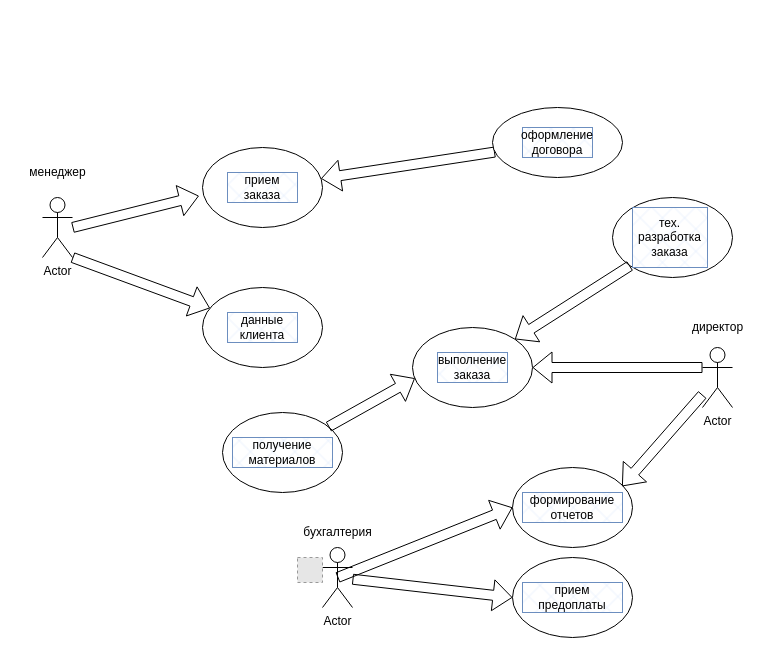
daryarudz/22.09 keeps this draw.io diagram as fiz.drawio. Above is the earlier version. Source tidied: cells renumbered, new cells numbered last; positions are measured from the earlier drawing's top-left corner, leaving out a move shared by most shapes. Both pictures are drawn from the tidied source at 100%, with x=0, y=0 at pixel (17, 107). Pictures stored in the file or linked from it are replaced by grey dashed boxes.
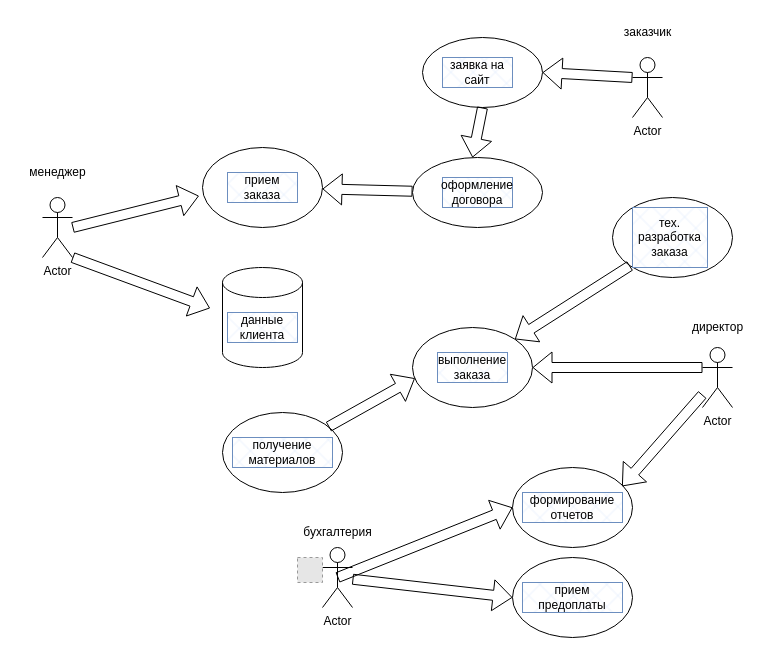
The same page after the edit.

The edit, as a diff of the source:
```diff
@@
+    <mxCell id="35" style="shape=cylinder3;whiteSpace=wrap;html=1;boundedLbl=1;backgroundOutline=1;size=15;" parent="1" vertex="1">
+      <mxGeometry x="205" y="160" width="80" height="100" as="geometry" />
+    </mxCell>
@@
-    <mxCell id="4" style="shape=flexArrow;endArrow=classic;html=1;rounded=0;" parent="1" edge="1" target="5">
-      <mxGeometry relative="1" as="geometry">
-        <mxPoint x="475" y="40" as="sourcePoint" />
-      </mxGeometry>
-    </mxCell>
     <mxCell id="5" style="ellipse;whiteSpace=wrap;html=1;" parent="1" vertex="1">
-      <mxGeometry x="475" width="130" height="70" as="geometry" />
+      <mxGeometry x="395" y="50" width="130" height="70" as="geometry" />
     </mxCell>
@@
-    <mxCell id="8" style="ellipse;whiteSpace=wrap;html=1;" parent="1" vertex="1">
-      <mxGeometry x="185" y="180" width="120" height="80" as="geometry" />
-    </mxCell>
-    <mxCell id="9" style="shape=flexArrow;endArrow=classic;html=1;rounded=0;" parent="1" edge="1" target="8">
+    <mxCell id="9" style="shape=flexArrow;endArrow=classic;html=1;rounded=0;" parent="1" edge="1">
       <mxGeometry relative="1" as="geometry">
         <mxPoint x="55" y="150" as="sourcePoint" />
+        <mxPoint x="192.5" y="200.7" as="targetPoint" />
       </mxGeometry>
     </mxCell>
     <mxCell id="10" value="оформление договора" style="text;strokeColor=#6c8ebf;align=center;fillColor=#dae8fc;html=1;verticalAlign=middle;whiteSpace=wrap;rounded=0;fillStyle=cross-hatch;" parent="1" vertex="1">
-      <mxGeometry x="505" y="20" width="70" height="30" as="geometry" />
+      <mxGeometry x="425" y="70" width="70" height="30" as="geometry" />
     </mxCell>
@@
+    <mxCell id="36" value="Actor" style="shape=umlActor;verticalLabelPosition=bottom;verticalAlign=top;html=1;outlineConnect=0;" parent="1" vertex="1">
+      <mxGeometry x="615" y="-50" width="30" height="60" as="geometry" />
+    </mxCell>
+    <mxCell id="37" value="заказчик" style="text;html=1;align=center;verticalAlign=middle;strokeColor=none;fillColor=none;" parent="1" vertex="1">
+      <mxGeometry x="595" y="-90" width="70" height="30" as="geometry" />
+    </mxCell>
+    <mxCell id="38" style="ellipse;whiteSpace=wrap;html=1;" parent="1" vertex="1">
+      <mxGeometry x="405" y="-70" width="120" height="70" as="geometry" />
+    </mxCell>
+    <mxCell id="39" style="shape=flexArrow;endArrow=classic;html=1;rounded=0;entryX=1;entryY=0.5;entryDx=0;entryDy=0;exitX=0;exitY=0.3333333333333333;exitDx=0;exitDy=0;exitPerimeter=0;" parent="1" edge="1" source="36" target="38">
+      <mxGeometry relative="1" as="geometry" />
+    </mxCell>
+    <mxCell id="40" value="заявка на сайт" style="text;strokeColor=#6c8ebf;align=center;fillColor=#dae8fc;html=1;verticalAlign=middle;whiteSpace=wrap;rounded=0;fillStyle=cross-hatch;" parent="1" vertex="1">
+      <mxGeometry x="425" y="-50" width="70" height="30" as="geometry" />
+    </mxCell>
+    <mxCell id="41" style="shape=flexArrow;endArrow=classic;html=1;rounded=0;exitX=0.5;exitY=1;exitDx=0;exitDy=0;" parent="1" edge="1" source="38">
+      <mxGeometry relative="1" as="geometry">
+        <mxPoint x="455" y="50" as="targetPoint" />
+      </mxGeometry>
+    </mxCell>
```
